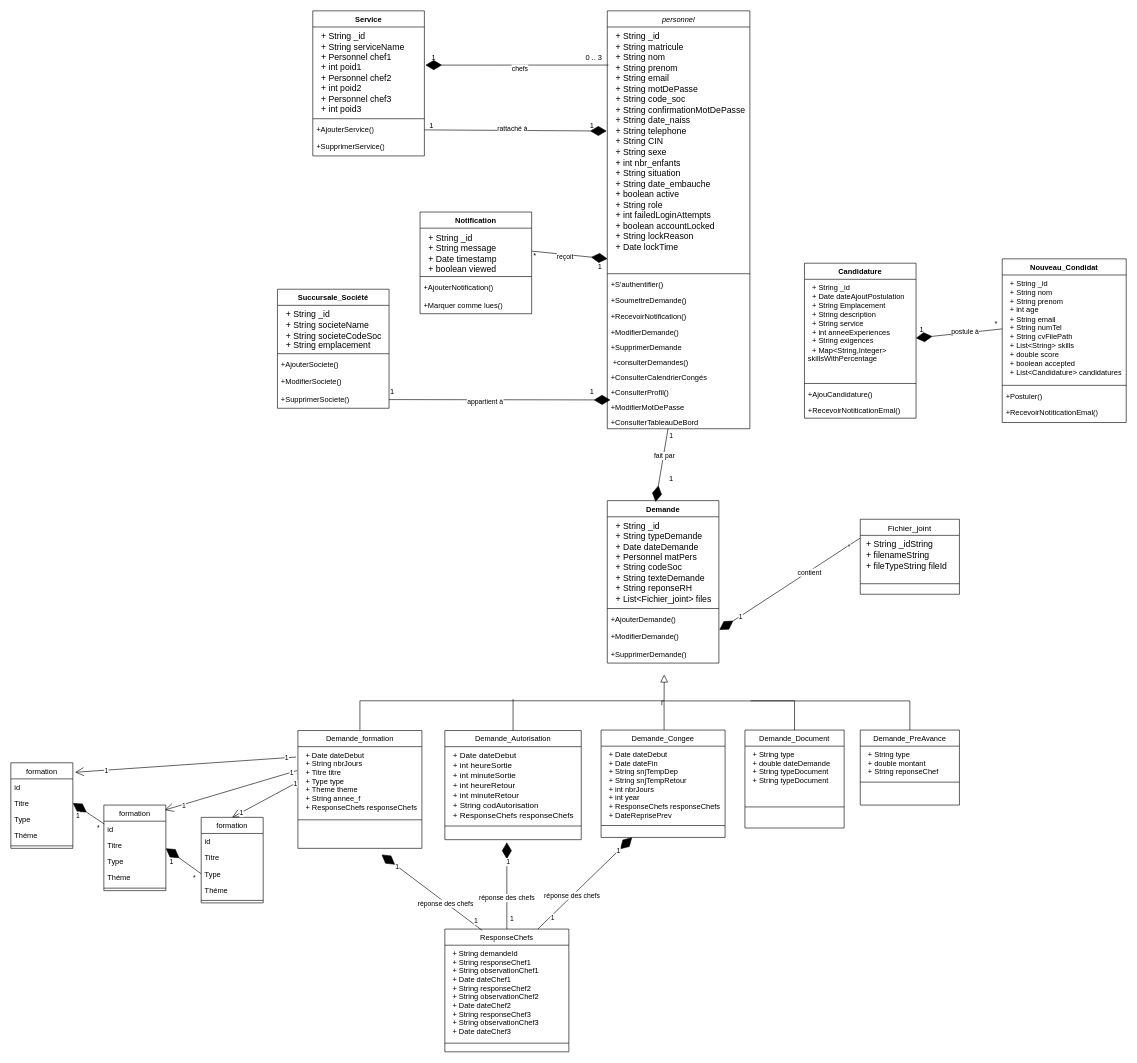
PORTAIL-RH/Portail-RH-Mobile keeps this draw.io diagram as Diagramme_classe.drawio. Above is the earlier version. Source tidied: cells renumbered, new cells numbered last; positions are measured from the earlier drawing's top-left corner, leaving out a move shared by most shapes. Both pictures are drawn from the tidied source at 62%, with x=0, y=0 at pixel (11, 11).
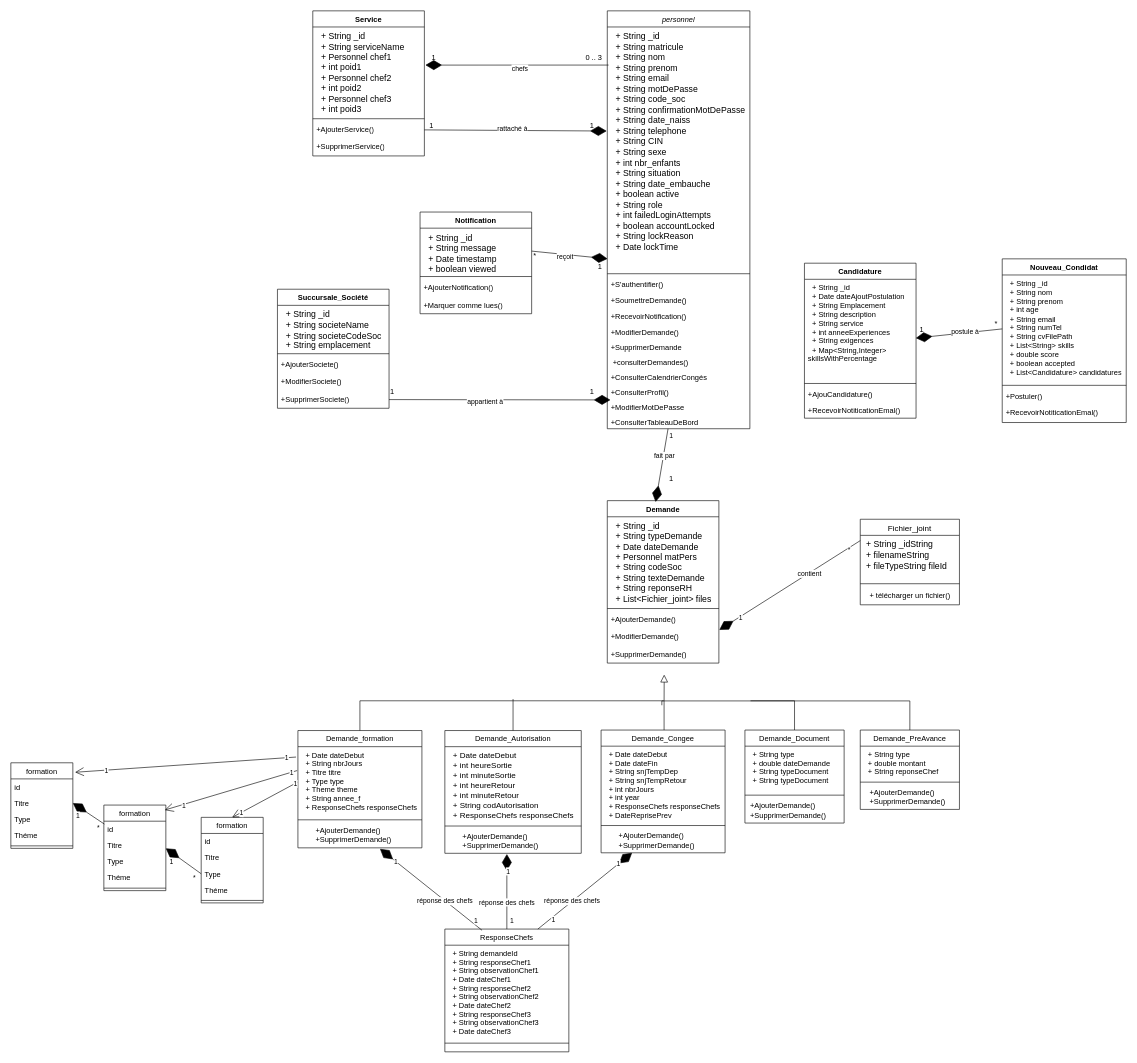
The same page after the edit.

The change refers to these unchanged cells:
```xml
<mxCell id="93" value="ResponseChefs" style="swimlane;fontStyle=0;align=center;verticalAlign=top;horizontal=1;startSize=26;rounded=0;shadow=0;strokeWidth=1;" parent="1" vertex="1">
  <mxGeometry x="700" y="1481" width="200" height="198" as="geometry" />
</mxCell>
```

The edit, as a diff of the source:
```diff
@@
     <mxCell id="15" value="Demande_formation" style="swimlane;fontStyle=0;align=center;verticalAlign=top;horizontal=1;startSize=26;rounded=0;shadow=0;strokeWidth=1;" parent="1" vertex="1">
-      <mxGeometry x="463" y="1160.8" width="200" height="190" as="geometry" />
+      <mxGeometry x="463" y="1160.8" width="200" height="189.2" as="geometry" />
     </mxCell>
@@
+    <mxCell id="146" value="&lt;span style=&quot;white-space: pre;&quot;&gt;&#9;&lt;/span&gt;+Ajouter&lt;span style=&quot;text-align: center;&quot;&gt;Demande&lt;/span&gt;()&lt;div&gt;&lt;span style=&quot;white-space: pre;&quot;&gt;&#9;&lt;/span&gt;+Supprimer&lt;span style=&quot;text-align: center; background-color: transparent; color: light-dark(rgb(0, 0, 0), rgb(255, 255, 255));&quot;&gt;Demande&lt;/span&gt;&lt;span style=&quot;background-color: transparent; color: light-dark(rgb(0, 0, 0), rgb(255, 255, 255));&quot;&gt;()&lt;/span&gt;&lt;/div&gt;" style="text;html=1;align=left;verticalAlign=middle;points=[];strokeColor=none;fillColor=none;" parent="15" vertex="1">
+      <mxGeometry y="148" width="200" height="40" as="geometry" />
+    </mxCell>
@@
     <mxCell id="27" value="Demande_Congee" style="swimlane;fontStyle=0;align=center;verticalAlign=top;horizontal=1;startSize=26;rounded=0;shadow=0;strokeWidth=1;" parent="1" vertex="1">
-      <mxGeometry x="952" y="1160" width="200" height="173.2" as="geometry" />
+      <mxGeometry x="952" y="1160" width="200" height="198" as="geometry" />
     </mxCell>
@@
+    <mxCell id="147" value="&lt;span style=&quot;white-space: pre;&quot;&gt;&#9;&lt;/span&gt;+Ajouter&lt;span style=&quot;text-align: center;&quot;&gt;Demande&lt;/span&gt;()&lt;div&gt;&lt;span style=&quot;white-space: pre;&quot;&gt;&#9;&lt;/span&gt;+Supprimer&lt;span style=&quot;text-align: center; background-color: transparent; color: light-dark(rgb(0, 0, 0), rgb(255, 255, 255));&quot;&gt;Demande&lt;/span&gt;&lt;span style=&quot;background-color: transparent; color: light-dark(rgb(0, 0, 0), rgb(255, 255, 255));&quot;&gt;()&lt;/span&gt;&lt;/div&gt;" style="text;html=1;align=left;verticalAlign=middle;strokeColor=none;fillColor=none;" parent="27" vertex="1">
+      <mxGeometry y="158" width="200" height="40" as="geometry" />
+    </mxCell>
     <mxCell id="30" value="Demande_Autorisation" style="swimlane;fontStyle=0;align=center;verticalAlign=top;horizontal=1;startSize=26;rounded=0;shadow=0;strokeWidth=1;" parent="1" vertex="1">
-      <mxGeometry x="700" y="1160.8" width="220" height="176" as="geometry" />
+      <mxGeometry x="700" y="1160.8" width="220" height="198" as="geometry" />
     </mxCell>
@@
+    <mxCell id="148" value="&lt;span style=&quot;white-space: pre;&quot;&gt;&#9;&lt;/span&gt;+Ajouter&lt;span style=&quot;text-align: center;&quot;&gt;Demande&lt;/span&gt;()&lt;div&gt;&lt;span style=&quot;white-space: pre;&quot;&gt;&#9;&lt;/span&gt;+Supprimer&lt;span style=&quot;text-align: center; background-color: transparent; color: light-dark(rgb(0, 0, 0), rgb(255, 255, 255));&quot;&gt;Demande&lt;/span&gt;&lt;span style=&quot;background-color: transparent; color: light-dark(rgb(0, 0, 0), rgb(255, 255, 255));&quot;&gt;()&lt;/span&gt;&lt;/div&gt;" style="text;html=1;align=left;verticalAlign=middle;strokeColor=none;fillColor=none;" parent="30" vertex="1">
+      <mxGeometry y="158" width="220" height="40" as="geometry" />
+    </mxCell>
     <mxCell id="33" value="Demande_PreAvance" style="swimlane;fontStyle=0;align=center;verticalAlign=top;horizontal=1;startSize=26;rounded=0;shadow=0;strokeWidth=1;" parent="1" vertex="1">
-      <mxGeometry x="1370" y="1160" width="160" height="121" as="geometry" />
+      <mxGeometry x="1370" y="1160" width="160" height="128" as="geometry" />
     </mxCell>
@@
+    <mxCell id="149" value="&amp;nbsp; &amp;nbsp; +Ajouter&lt;span style=&quot;text-align: center;&quot;&gt;Demande&lt;/span&gt;()&lt;div&gt;&amp;nbsp; &amp;nbsp; +Supprimer&lt;span style=&quot;text-align: center; background-color: transparent; color: light-dark(rgb(0, 0, 0), rgb(255, 255, 255));&quot;&gt;Demande&lt;/span&gt;&lt;span style=&quot;background-color: transparent; color: light-dark(rgb(0, 0, 0), rgb(255, 255, 255));&quot;&gt;()&lt;/span&gt;&lt;/div&gt;" style="text;html=1;align=left;verticalAlign=middle;strokeColor=none;fillColor=none;" parent="33" vertex="1">
+      <mxGeometry y="88" width="160" height="40" as="geometry" />
+    </mxCell>
@@
     <mxCell id="89" value="Demande_Document" style="swimlane;fontStyle=0;align=center;verticalAlign=top;horizontal=1;startSize=26;rounded=0;shadow=0;strokeWidth=1;" parent="1" vertex="1">
-      <mxGeometry x="1184" y="1160" width="160" height="158" as="geometry" />
+      <mxGeometry x="1184" y="1160" width="160" height="150" as="geometry" />
     </mxCell>
@@
     <mxCell id="91" style="line;html=1;strokeWidth=1;align=left;verticalAlign=middle;spacingTop=-1;spacingLeft=3;spacingRight=3;labelPosition=right;" parent="89" vertex="1">
-      <mxGeometry y="100" width="160" height="48" as="geometry" />
+      <mxGeometry y="100" width="160" height="10" as="geometry" />
     </mxCell>
+    <mxCell id="150" value="&amp;nbsp; +Ajouter&lt;span style=&quot;text-align: center;&quot;&gt;Demande&lt;/span&gt;()&lt;div&gt;&amp;nbsp; +Supprimer&lt;span style=&quot;text-align: center; background-color: transparent; color: light-dark(rgb(0, 0, 0), rgb(255, 255, 255));&quot;&gt;Demande&lt;/span&gt;&lt;span style=&quot;background-color: transparent; color: light-dark(rgb(0, 0, 0), rgb(255, 255, 255));&quot;&gt;()&lt;/span&gt;&lt;/div&gt;" style="text;html=1;align=left;verticalAlign=middle;strokeColor=none;fillColor=none;" parent="89" vertex="1">
+      <mxGeometry y="110" width="160" height="40" as="geometry" />
+    </mxCell>
@@
     <mxCell id="96" style="endArrow=diamondThin;endFill=1;endSize=24;html=1;rounded=0;exitX=0.5;exitY=0;exitDx=0;exitDy=0;" parent="1" edge="1" source="93">
       <mxGeometry relative="1" as="geometry">
-        <mxPoint x="800" y="1341" as="targetPoint" />
+        <mxPoint x="800" y="1360" as="targetPoint" />
       </mxGeometry>
     </mxCell>
@@
-    <mxCell id="100" style="endArrow=diamondThin;endFill=1;endSize=24;html=1;rounded=0;entryX=0.433;entryY=0.008;entryDx=0;entryDy=0;entryPerimeter=0;" parent="1" edge="1">
+    <mxCell id="100" style="endArrow=diamondThin;endFill=1;endSize=24;html=1;rounded=0;entryX=0.662;entryY=1.07;entryDx=0;entryDy=0;entryPerimeter=0;" parent="1" edge="1" target="146">
       <mxGeometry relative="1" as="geometry">
         <mxPoint x="760" y="1483" as="sourcePoint" />
-        <mxPoint x="598" y="1360.8" as="targetPoint" />
       </mxGeometry>
     </mxCell>
@@
     <mxCell id="108" value="Fichier_joint" style="swimlane;fontStyle=0;align=center;verticalAlign=top;horizontal=1;startSize=26;rounded=0;shadow=0;strokeWidth=1;fontSize=13;" parent="1" vertex="1">
-      <mxGeometry x="1370" y="820" width="160" height="121" as="geometry" />
+      <mxGeometry x="1370" y="820" width="160" height="138" as="geometry" />
     </mxCell>
@@
+    <mxCell id="151" value="+ télécharger un fichier()" style="text;html=1;align=center;verticalAlign=middle;strokeColor=none;fillColor=none;" parent="108" vertex="1">
+      <mxGeometry y="108" width="160" height="30" as="geometry" />
+    </mxCell>
```
